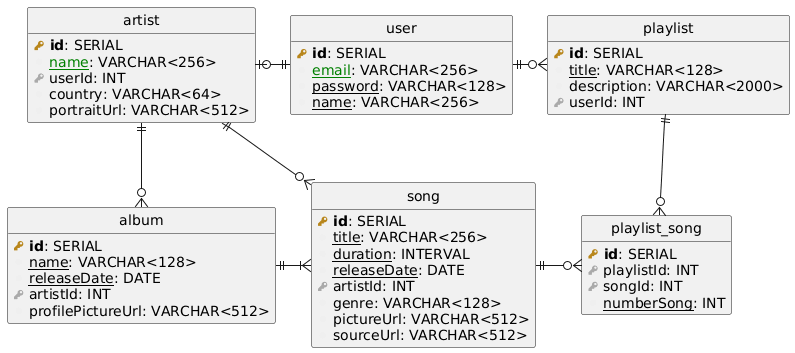
The PlantUML diagram docs/db design.png in cristianfuentes2103/uistify-backend, before a commit.
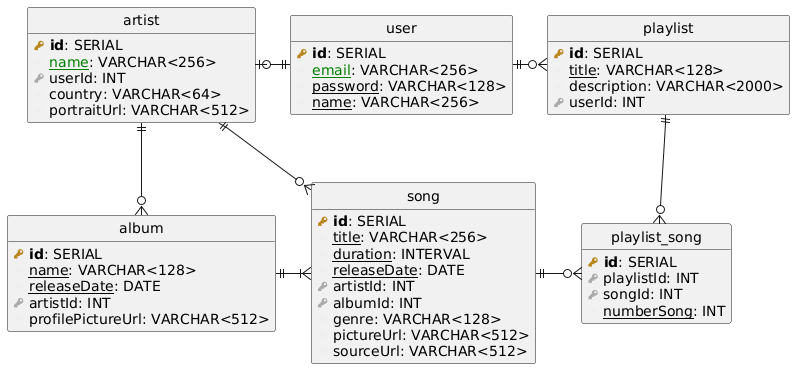
Above is the later version.

Commit message:
Fix: update database design

What changed in the source:
```diff
@@ -21,6 +21,7 @@
     column(not_null(duration)): INTERVAL
     column(not_null(releaseDate)): DATE
     foreign_key(artistId): INT
+    foreign_key(albumId): INT
     column(genre): VARCHAR<128>
     column(pictureUrl): VARCHAR<512>
     column(sourceUrl): VARCHAR<512>
```
